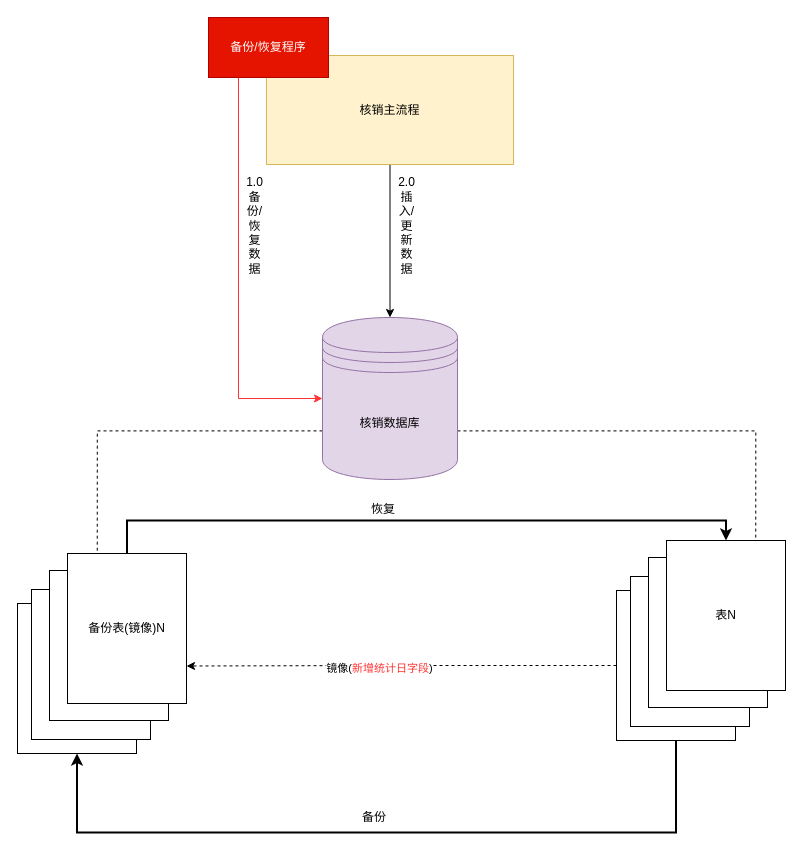
This is page "Page-11" (11 of 11) of docs/自营业务梳理.drawio from lokiworks/codebase, a draw.io file, before an edit. Source tidied: cells renumbered, new cells numbered last; positions are measured from the earlier drawing's top-left corner, leaving out a move shared by most shapes. Both pictures are drawn from the tidied source at 100%, with x=0, y=0 at pixel (17, 17).
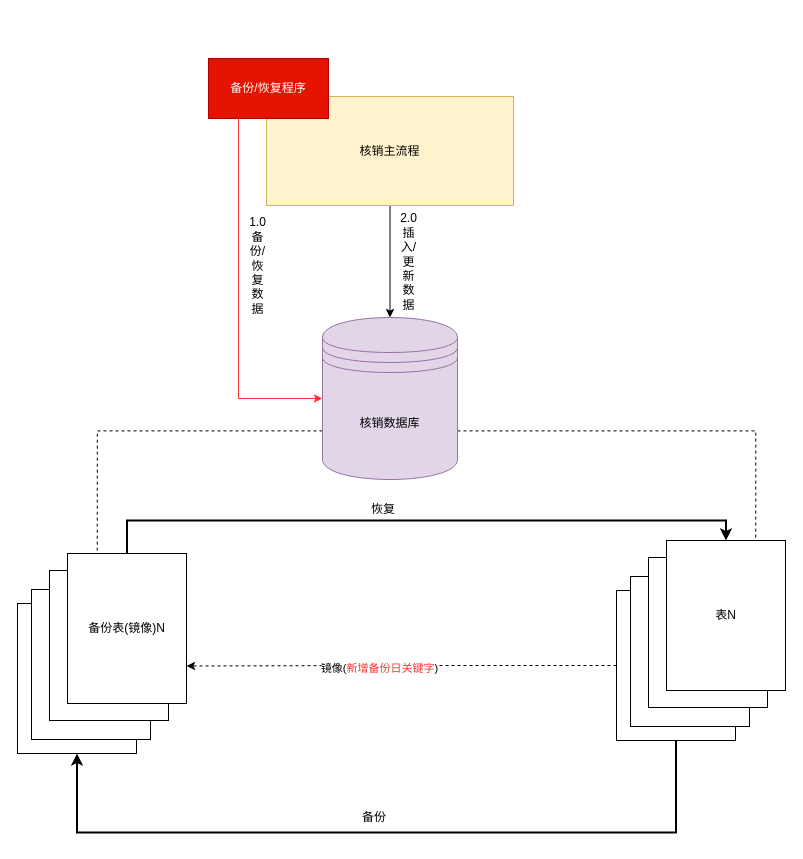
The same page after the edit.

Commit message:
Update 自营业务梳理.drawio

Unchanged cells that the change refers to:
```xml
<mxCell id="24" style="edgeStyle=orthogonalEdgeStyle;rounded=0;jettySize=auto;html=1;exitX=0;exitY=0.5;exitDx=0;exitDy=0;entryX=1;entryY=0.75;entryDx=0;entryDy=0;dashed=1;startArrow=none;startFill=0;endArrow=classic;endFill=1;strokeColor=#000000;strokeWidth=1;" parent="1" edge="1" source="9" target="17">
  <mxGeometry relative="1" as="geometry" />
</mxCell>
```

What changed in the source:
```diff
@@
     <mxCell id="3" value="核销主流程" style="rounded=0;whiteSpace=wrap;html=1;fillColor=#fff2cc;strokeColor=#d6b656;" parent="1" vertex="1">
-      <mxGeometry x="249" y="38" width="247" height="109" as="geometry" />
+      <mxGeometry x="249" y="79" width="247" height="109" as="geometry" />
     </mxCell>
@@
     <mxCell id="7" value="&lt;br&gt;2.0插入/更新数据" style="text;html=1;strokeColor=none;fillColor=none;align=center;verticalAlign=middle;whiteSpace=wrap;rounded=0;" parent="1" vertex="1">
-      <mxGeometry x="381" y="164" width="17" height="73" as="geometry" />
+      <mxGeometry x="383" y="200" width="17" height="73" as="geometry" />
     </mxCell>
@@
     <mxCell id="19" value="备份/恢复程序" style="rounded=0;whiteSpace=wrap;html=1;fillColor=#e51400;strokeColor=#B20000;fontColor=#ffffff;" parent="1" vertex="1">
-      <mxGeometry x="191" width="120" height="60" as="geometry" />
+      <mxGeometry x="191" y="41" width="120" height="60" as="geometry" />
     </mxCell>
     <mxCell id="20" value="&lt;br&gt;1.0备份/恢复数据" style="text;html=1;strokeColor=none;fillColor=none;align=center;verticalAlign=middle;whiteSpace=wrap;rounded=0;" parent="1" vertex="1">
-      <mxGeometry x="229" y="164" width="17" height="73" as="geometry" />
+      <mxGeometry x="232" y="204" width="17" height="73" as="geometry" />
     </mxCell>
@@
-    <mxCell id="25" value="镜像(&lt;font color=&quot;#ff3333&quot;&gt;新增统计日字段&lt;/font&gt;)" style="edgeLabel;html=1;align=center;verticalAlign=middle;" parent="24" vertex="1">
+    <mxCell id="25" value="镜像(&lt;font color=&quot;#ff3333&quot;&gt;新增备份日关键字&lt;/font&gt;)" style="edgeLabel;html=1;align=center;verticalAlign=middle;" parent="24" vertex="1">
       <mxGeometry x="-0.2" relative="1" as="geometry">
         <mxPoint x="-66" y="2" as="offset" />
       </mxGeometry>
     </mxCell>
```
